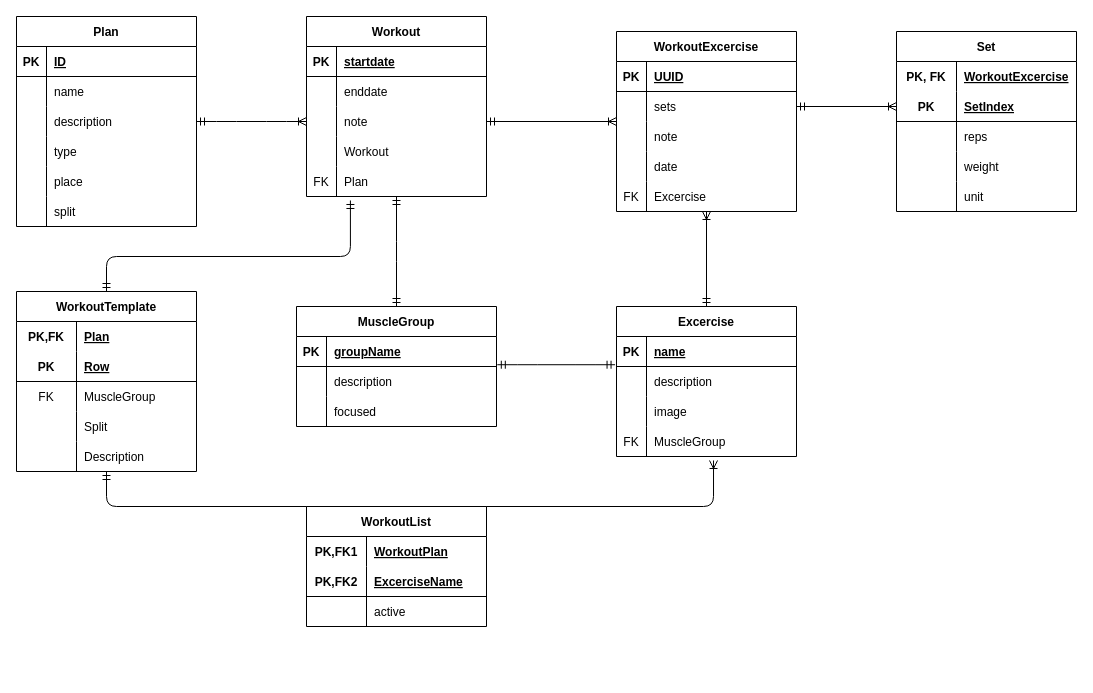
Patsch36/SweatFlix keeps this draw.io diagram as documentation/erm.drawio. Above is the earlier version. Source tidied: cells renumbered, new cells numbered last; positions are measured from the earlier drawing's top-left corner, leaving out a move shared by most shapes. Both pictures are drawn from the tidied source at 100%, with x=0, y=0 at pixel (16, 16).
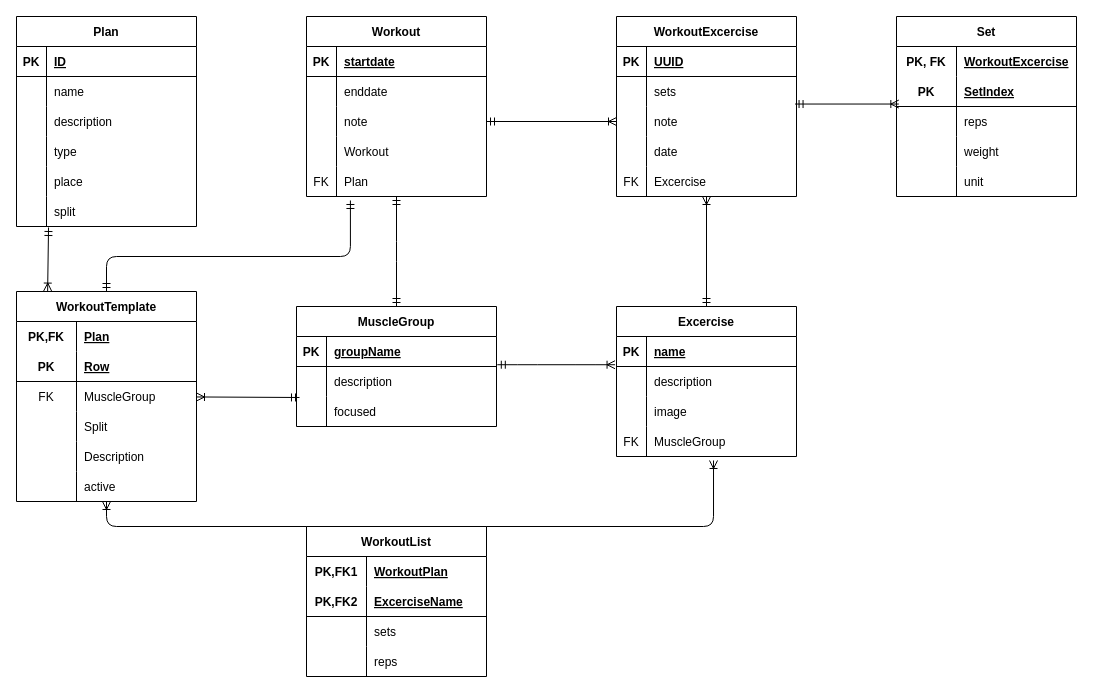
After the change.

Commit message:
fix:wrokout-excercise-relation

The change refers to these unchanged cells:
```xml
<mxCell id="11" style="shape=tableRow;horizontal=0;startSize=0;swimlaneHead=0;swimlaneBody=0;fillColor=none;points=[[0,0.5],[1,0.5]];portConstraint=eastwest;top=0;left=0;right=0;bottom=0;" parent="4" vertex="1">
  <mxGeometry y="90" width="180" height="30" as="geometry" />
</mxCell>
<mxCell id="20" style="shape=tableRow;horizontal=0;startSize=0;swimlaneHead=0;swimlaneBody=0;fillColor=none;points=[[0,0.5],[1,0.5]];portConstraint=eastwest;top=0;left=0;right=0;bottom=0;" parent="4" vertex="1">
  <mxGeometry y="180" width="180" height="30" as="geometry" />
</mxCell>
<mxCell id="44" style="shape=tableRow;horizontal=0;startSize=0;swimlaneHead=0;swimlaneBody=0;fillColor=none;points=[[0,0.5],[1,0.5]];portConstraint=eastwest;top=0;left=0;right=0;bottom=0;" parent="40" vertex="1">
  <mxGeometry y="60" width="200" height="30" as="geometry" />
</mxCell>
<mxCell id="47" style="shape=tableRow;horizontal=0;startSize=0;swimlaneHead=0;swimlaneBody=0;fillColor=none;points=[[0,0.5],[1,0.5]];portConstraint=eastwest;top=0;left=0;right=0;bottom=0;" parent="40" vertex="1">
  <mxGeometry y="90" width="200" height="30" as="geometry" />
</mxCell>
<mxCell id="52" style="shape=tableRow;horizontal=0;startSize=0;swimlaneHead=0;swimlaneBody=0;fillColor=none;points=[[0,0.5],[1,0.5]];portConstraint=eastwest;top=0;left=0;right=0;bottom=1;" parent="51" vertex="1">
  <mxGeometry y="30" width="180" height="30" as="geometry" />
</mxCell>
<mxCell id="61" style="shape=tableRow;horizontal=0;startSize=0;swimlaneHead=0;swimlaneBody=0;fillColor=none;points=[[0,0.5],[1,0.5]];portConstraint=eastwest;top=0;left=0;right=0;bottom=0;" parent="51" vertex="1">
  <mxGeometry y="120" width="180" height="30" as="geometry" />
</mxCell>
<mxCell id="70" style="shape=tableRow;horizontal=0;startSize=0;swimlaneHead=0;swimlaneBody=0;fillColor=none;points=[[0,0.5],[1,0.5]];portConstraint=eastwest;top=0;left=0;right=0;bottom=0;" parent="66" vertex="1">
  <mxGeometry y="60" width="180" height="30" as="geometry" />
</mxCell>
<mxCell id="87" style="shape=tableRow;horizontal=0;startSize=0;swimlaneHead=0;swimlaneBody=0;fillColor=none;points=[[0,0.5],[1,0.5]];portConstraint=eastwest;top=0;left=0;right=0;bottom=1;" parent="83" vertex="1">
  <mxGeometry y="60" width="180" height="30" as="geometry" />
</mxCell>
<mxCell id="90" style="shape=tableRow;horizontal=0;startSize=0;swimlaneHead=0;swimlaneBody=0;fillColor=none;points=[[0,0.5],[1,0.5]];portConstraint=eastwest;top=0;left=0;right=0;bottom=0;" parent="83" vertex="1">
  <mxGeometry y="90" width="180" height="30" as="geometry" />
</mxCell>
<mxCell id="125" style="shape=tableRow;horizontal=0;startSize=0;swimlaneHead=0;swimlaneBody=0;fillColor=none;top=0;left=0;right=0;bottom=0;" parent="118" vertex="1">
  <mxGeometry y="90" width="180" height="30" as="geometry" />
</mxCell>
```

Diff of the diagram source:
```diff
@@
-    <mxCell id="39" style="edgeStyle=entityRelationEdgeStyle;fontSize=12;html=1;endArrow=ERoneToMany;exitX=1;exitY=0.5;exitDx=0;exitDy=0;entryX=0;entryY=0.5;entryDx=0;entryDy=0;startArrow=ERmandOne;startFill=0;" parent="1" edge="1" source="11">
-      <mxGeometry relative="1" as="geometry">
-        <mxPoint x="290" y="105" as="targetPoint" />
-      </mxGeometry>
+    <mxCell id="39" style="fontSize=12;html=1;endArrow=ERoneToMany;exitX=0.178;exitY=1.033;exitDx=0;exitDy=0;startArrow=ERmandOne;startFill=0;exitPerimeter=0;entryX=0.173;entryY=-0.002;entryDx=0;entryDy=0;entryPerimeter=0;" parent="1" edge="1" source="20" target="102">
+      <mxGeometry relative="1" as="geometry" />
     </mxCell>
@@
-    <mxCell id="64" style="edgeStyle=entityRelationEdgeStyle;fontSize=12;html=1;endArrow=ERmandOne;startArrow=ERmandOne;elbow=vertical;exitX=1.004;exitY=-0.059;exitDx=0;exitDy=0;exitPerimeter=0;entryX=-0.008;entryY=0.941;entryDx=0;entryDy=0;entryPerimeter=0;" parent="1" edge="1" source="44" target="52">
+    <mxCell id="64" style="edgeStyle=entityRelationEdgeStyle;fontSize=12;html=1;endArrow=ERoneToMany;startArrow=ERmandOne;elbow=vertical;exitX=1.004;exitY=-0.059;exitDx=0;exitDy=0;exitPerimeter=0;entryX=-0.008;entryY=0.941;entryDx=0;entryDy=0;entryPerimeter=0;endFill=0;" parent="1" edge="1" source="44" target="52">
       <mxGeometry relative="1" as="geometry" />
     </mxCell>
@@
     <mxCell id="66" value="WorkoutExcercise" style="shape=table;startSize=30;childLayout=tableLayout;rowLines=0;fontStyle=1;align=center;" parent="1" vertex="1">
-      <mxGeometry x="600" y="15" width="180" height="180" as="geometry" />
+      <mxGeometry x="600" width="180" height="180" as="geometry" />
     </mxCell>
@@
     <mxCell id="83" value="Set" style="shape=table;startSize=30;childLayout=tableLayout;rowLines=0;fontStyle=1;align=center;" parent="1" vertex="1">
-      <mxGeometry x="880" y="15" width="180" height="180" as="geometry" />
+      <mxGeometry x="880" width="180" height="180" as="geometry" />
     </mxCell>
@@
-    <mxCell id="99" style="edgeStyle=none;html=1;entryX=0;entryY=0.5;entryDx=0;entryDy=0;startArrow=ERmandOne;startFill=0;endArrow=ERoneToMany;endFill=0;exitX=1;exitY=0.5;exitDx=0;exitDy=0;" parent="1" edge="1" source="70" target="87">
+    <mxCell id="99" style="edgeStyle=none;html=1;entryX=0.013;entryY=-0.082;entryDx=0;entryDy=0;startArrow=ERmandOne;startFill=0;endArrow=ERoneToMany;endFill=0;exitX=0.992;exitY=0.918;exitDx=0;exitDy=0;entryPerimeter=0;exitPerimeter=0;" parent="1" edge="1" source="70" target="90">
       <mxGeometry relative="1" as="geometry" />
     </mxCell>
-    <mxCell id="100" style="edgeStyle=elbowEdgeStyle;elbow=vertical;html=1;entryX=0.539;entryY=1.133;entryDx=0;entryDy=0;entryPerimeter=0;startArrow=ERmandOne;startFill=0;endArrow=ERoneToMany;endFill=0;" parent="1" edge="1" source="102" target="61">
+    <mxCell id="100" style="edgeStyle=elbowEdgeStyle;elbow=vertical;html=1;entryX=0.539;entryY=1.133;entryDx=0;entryDy=0;entryPerimeter=0;startArrow=ERoneToMany;startFill=0;endArrow=ERoneToMany;endFill=0;" parent="1" edge="1" source="102" target="61">
       <mxGeometry relative="1" as="geometry">
         <Array as="points">
-          <mxPoint x="390" y="490" />
+          <mxPoint x="390" y="510" />
         </Array>
       </mxGeometry>
     </mxCell>
@@
+    <mxCell id="128" style="edgeStyle=none;html=1;entryX=0.015;entryY=0.033;entryDx=0;entryDy=0;entryPerimeter=0;startArrow=ERoneToMany;startFill=0;endArrow=ERmandOne;endFill=0;" parent="1" edge="1" source="102" target="47">
+      <mxGeometry relative="1" as="geometry" />
+    </mxCell>
     <mxCell id="102" value="WorkoutTemplate" style="shape=table;startSize=30;childLayout=tableLayout;rowLines=0;fontStyle=1;align=center;" parent="1" vertex="1">
-      <mxGeometry y="275" width="180" height="180" as="geometry" />
+      <mxGeometry y="275" width="180" height="210" as="geometry" />
     </mxCell>
@@
+    <mxCell id="129" style="shape=tableRow;horizontal=0;startSize=0;swimlaneHead=0;swimlaneBody=0;fillColor=none;top=0;left=0;right=0;bottom=0;" parent="102" vertex="1">
+      <mxGeometry y="180" width="180" height="30" as="geometry" />
+    </mxCell>
+    <mxCell id="130" style="shape=partialRectangle;fillColor=none;top=0;left=0;bottom=0;right=0;overflow=hidden;" parent="129" vertex="1">
+      <mxGeometry width="60" height="30" as="geometry" />
+    </mxCell>
+    <mxCell id="127" value="active" style="shape=partialRectangle;fillColor=none;top=0;left=0;bottom=0;right=0;align=left;spacingLeft=6;overflow=hidden;" parent="129" vertex="1">
+      <mxGeometry x="60" width="120" height="30" as="geometry" />
+    </mxCell>
     <mxCell id="118" value="WorkoutList" style="shape=table;startSize=30;childLayout=tableLayout;rowLines=0;fontStyle=1;align=center;" parent="1" vertex="1">
-      <mxGeometry x="290" y="490" width="180" height="120" as="geometry" />
+      <mxGeometry x="290" y="510" width="180" height="150" as="geometry" />
     </mxCell>
@@
-    <mxCell id="126" style="shape=partialRectangle;fillColor=none;top=0;left=0;bottom=0;right=0;overflow=hidden;" parent="125" vertex="1">
-      <mxGeometry width="60" height="30" as="geometry" />
-    </mxCell>
-    <mxCell id="127" value="active" style="shape=partialRectangle;fillColor=none;top=0;left=0;bottom=0;right=0;align=left;spacingLeft=6;overflow=hidden;" parent="125" vertex="1">
-      <mxGeometry x="60" width="120" height="30" as="geometry" />
-    </mxCell>
+    <mxCell id="131" style="shape=partialRectangle;fillColor=none;top=0;left=0;bottom=0;right=0;overflow=hidden;" parent="125" vertex="1">
+      <mxGeometry width="60" height="30" as="geometry" />
+    </mxCell>
+    <mxCell id="132" value="sets" style="shape=partialRectangle;fillColor=none;top=0;left=0;bottom=0;right=0;align=left;spacingLeft=6;overflow=hidden;" parent="125" vertex="1">
+      <mxGeometry x="60" width="120" height="30" as="geometry" />
+    </mxCell>
+    <mxCell id="133" style="shape=tableRow;horizontal=0;startSize=0;swimlaneHead=0;swimlaneBody=0;fillColor=none;top=0;left=0;right=0;bottom=0;" parent="118" vertex="1">
+      <mxGeometry y="120" width="180" height="30" as="geometry" />
+    </mxCell>
+    <mxCell id="134" style="shape=partialRectangle;fillColor=none;top=0;left=0;bottom=0;right=0;overflow=hidden;" parent="133" vertex="1">
+      <mxGeometry width="60" height="30" as="geometry" />
+    </mxCell>
+    <mxCell id="135" value="reps" style="shape=partialRectangle;fillColor=none;top=0;left=0;bottom=0;right=0;align=left;spacingLeft=6;overflow=hidden;" parent="133" vertex="1">
+      <mxGeometry x="60" width="120" height="30" as="geometry" />
+    </mxCell>
```
